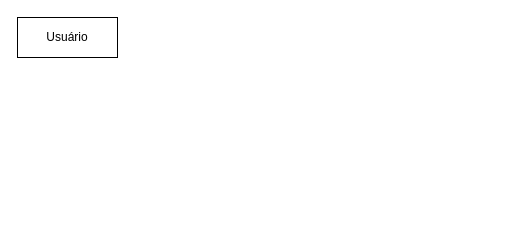
Before: Untitled Diagram.drawio in bruniculos08/PPR0001, a draw.io diagram. Source tidied: cells renumbered, new cells numbered last; positions are measured from the earlier drawing's top-left corner, leaving out a move shared by most shapes. Both pictures are drawn from the tidied source at 100%, with x=0, y=0 at pixel (17, 17).
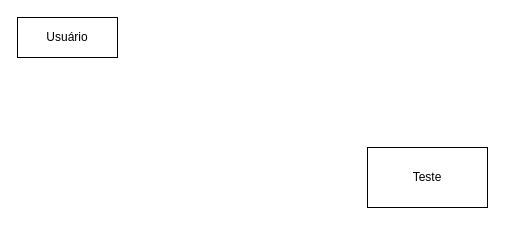
The same diagram, later.

What changed in the source:
```diff
@@
 <mxGraphModel>
   <root>
     <mxCell id="0" />
     <mxCell id="1" parent="0" />
     <mxCell id="2" value="Usuário" style="whiteSpace=wrap;html=1;align=center;" parent="1" vertex="1">
       <mxGeometry width="100" height="40" as="geometry" />
     </mxCell>
+    <mxCell id="3" value="Teste" style="rounded=0;whiteSpace=wrap;html=1;" parent="1" vertex="1">
+      <mxGeometry x="350" y="130" width="120" height="60" as="geometry" />
+    </mxCell>
   </root>
 </mxGraphModel>
```
